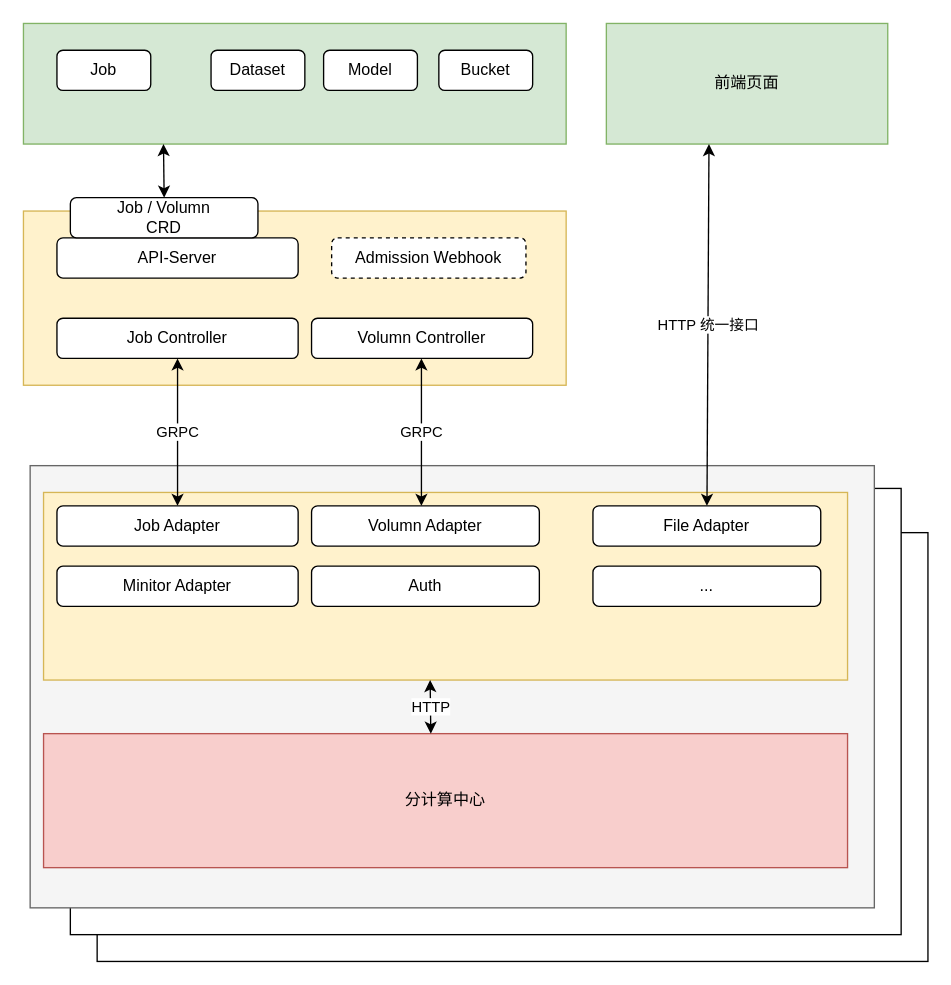
This is 分中心接入.drawio from kingstone95/diagrams, a draw.io file, before an edit. Source tidied: cells renumbered, new cells numbered last; positions are measured from the earlier drawing's top-left corner, leaving out a move shared by most shapes. Both pictures are drawn from the tidied source at 134%, with x=0, y=0 at pixel (23, 23).
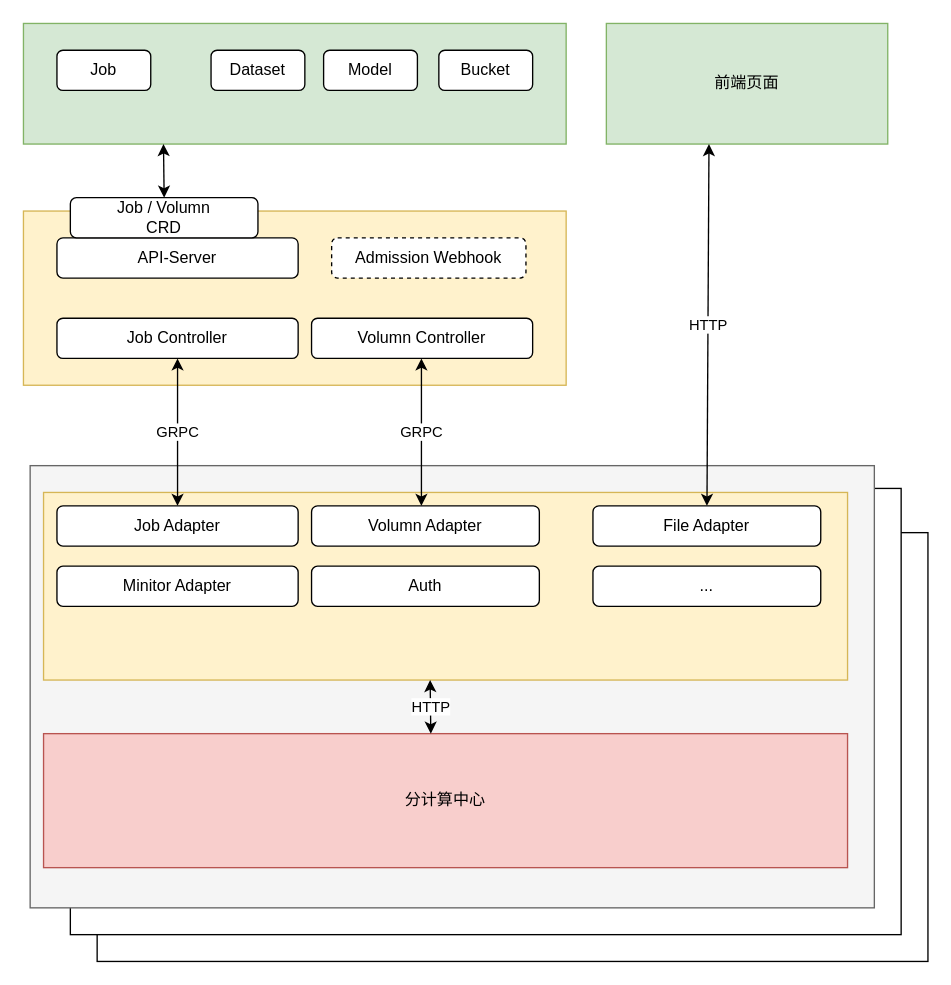
The same diagram, later.

Commit message (it also covers changes not shown here):
更新分中心接入.drawio

Unchanged cells that the change refers to:
```xml
<mxCell id="17" value="File Adapter" style="rounded=1;whiteSpace=wrap;html=1;" parent="1" vertex="1">
  <mxGeometry x="425" y="360" width="170" height="30" as="geometry" />
</mxCell>
```

Change to the diagram source:
```diff
@@
-    <mxCell id="27" value="HTTP 统一接口" style="endArrow=classic;startArrow=classic;html=1;rounded=0;" parent="1" edge="1" source="17">
+    <mxCell id="27" value="HTTP" style="endArrow=classic;startArrow=classic;html=1;rounded=0;" parent="1" edge="1" source="17">
       <mxGeometry relative="1" as="geometry">
         <mxPoint x="511.6" y="90" as="targetPoint" />
       </mxGeometry>
     </mxCell>
```
